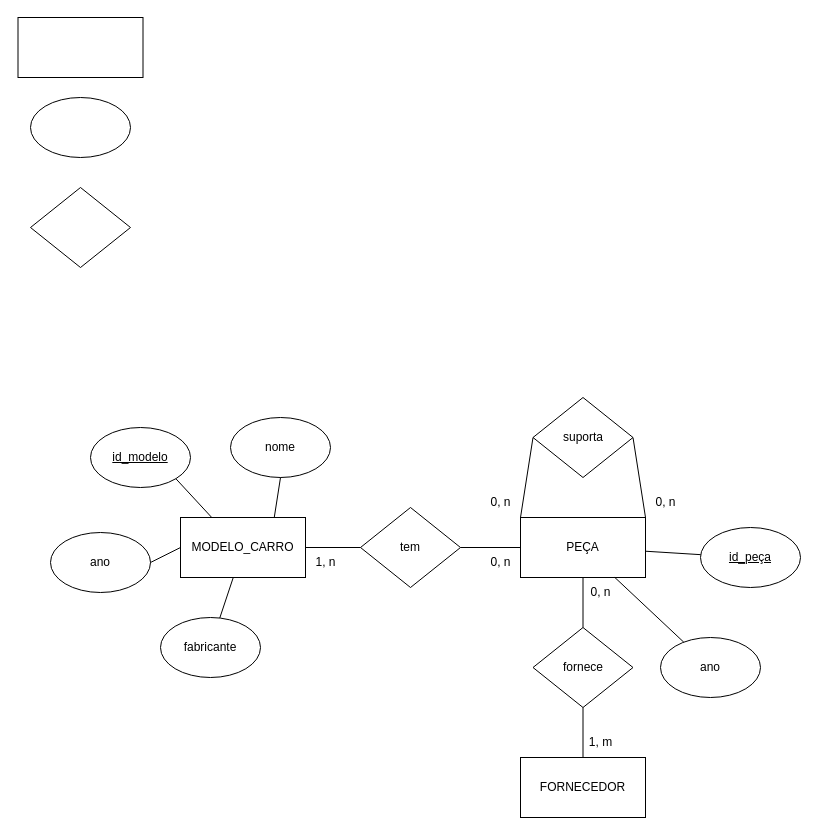
The draw.io diagram BD1/Lista de BD1 entidade relacionamento/Q4.drawio in MarcosWillianAP1K/Atividade_Faculdade, before the edit. Source tidied: cells renumbered, new cells numbered last; positions are measured from the earlier drawing's top-left corner, leaving out a move shared by most shapes. Both pictures are drawn from the tidied source at 100%, with x=0, y=0 at pixel (18, 17).
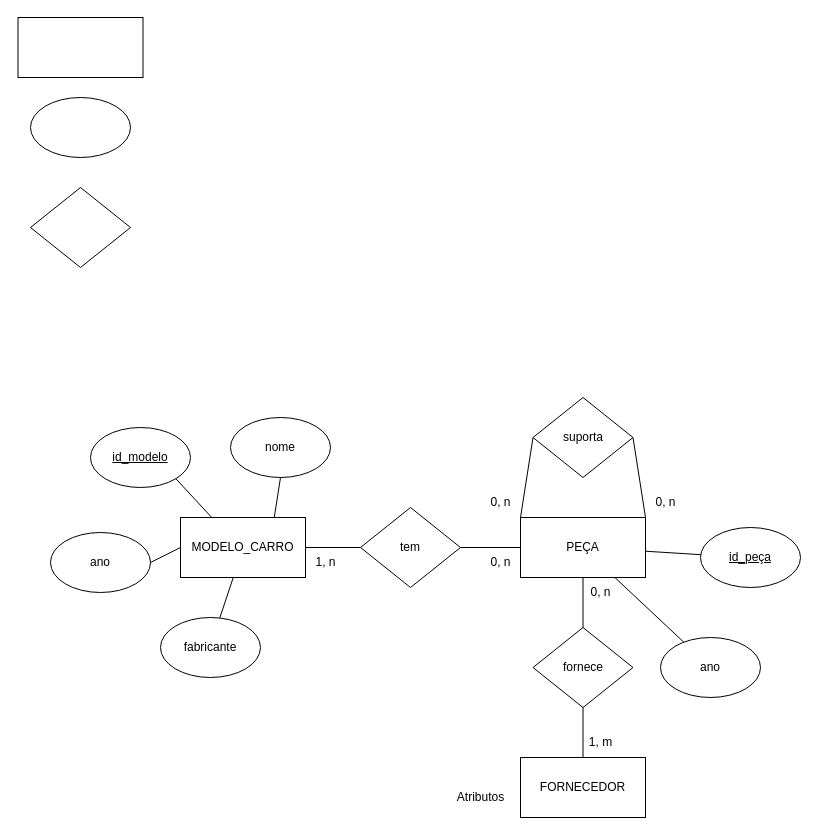
After the change.

The edit, as a diff of the source:
```diff
@@
+    <mxCell id="35" value="Atributos" style="text;html=1;align=center;verticalAlign=middle;strokeColor=none;fillColor=none;" parent="1" vertex="1">
+      <mxGeometry x="427" y="765" width="70" height="30" as="geometry" />
+    </mxCell>
```
